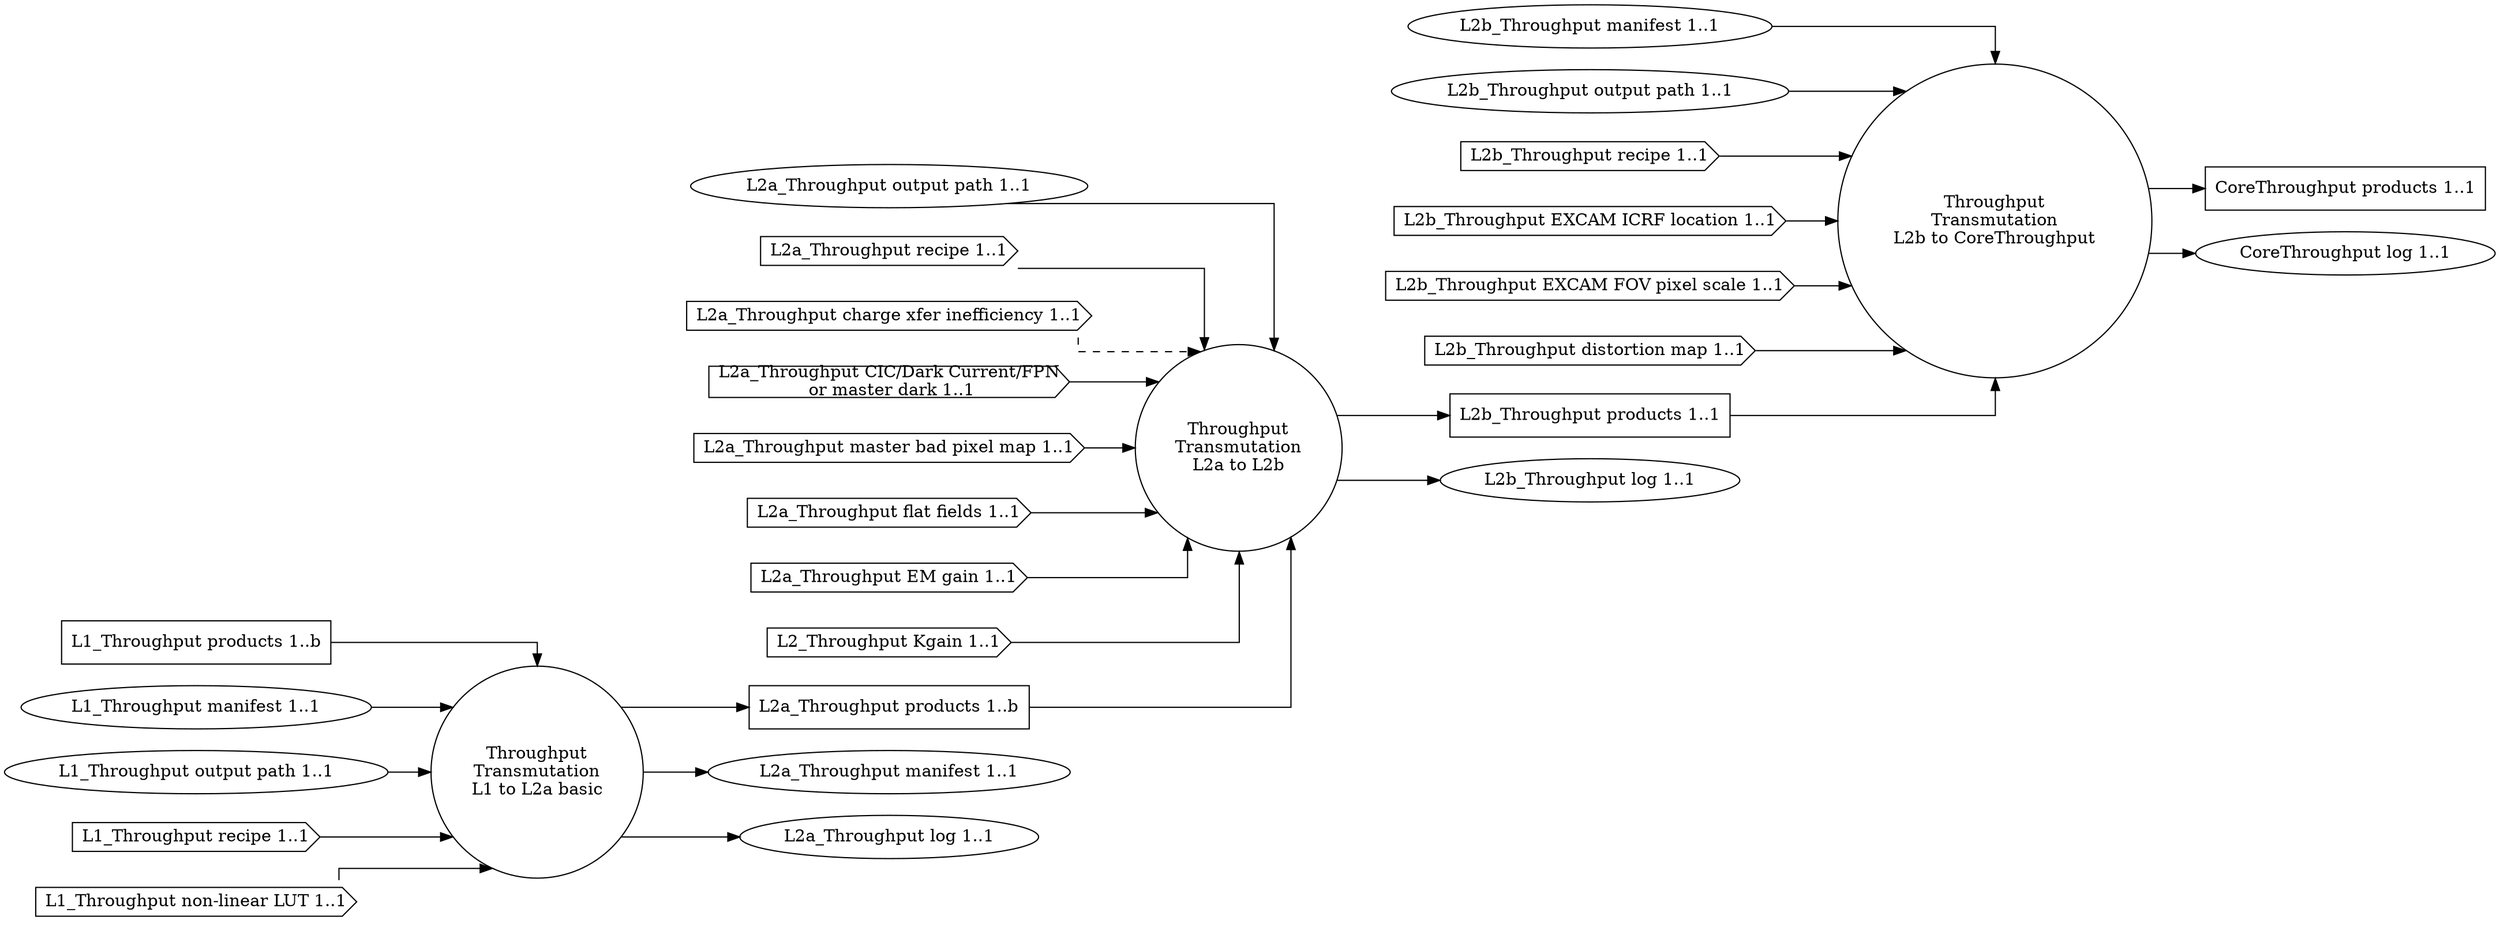
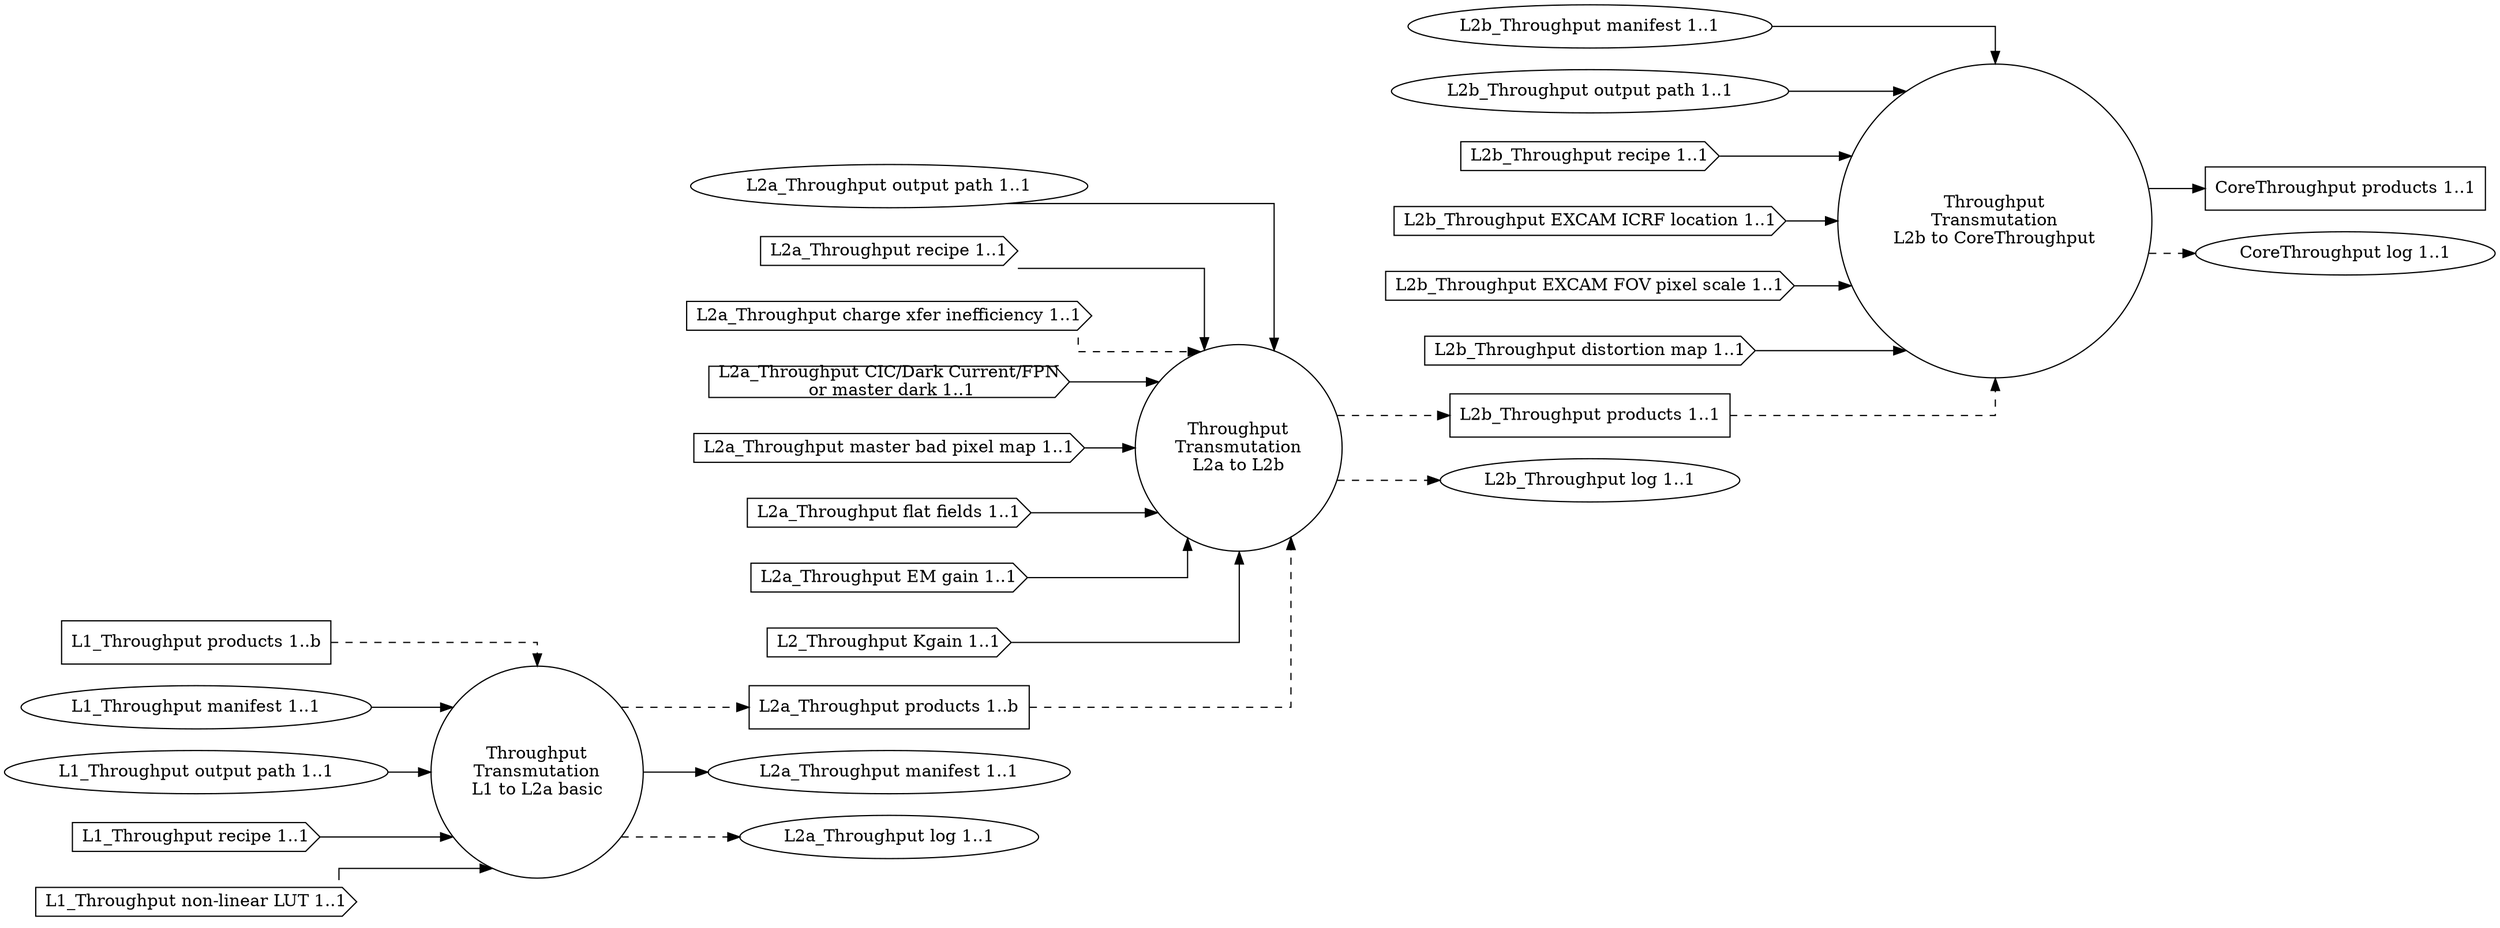
digraph Throughput
{
  graph [splines="ortho", rankdir=LR];

  trans_tp_l1_l2a_basic [label="Throughput\nTransmutation\nL1 to L2a basic", shape="circle"];
  trans_tp_l2a_l2b [label="Throughput\nTransmutation\nL2a to L2b", shape="circle"];
  trans_tp_l2b_ctp [label="Throughput\nTransmutation\nL2b to CoreThroughput", shape="circle"];

  l1_tp_prod [label="L1_Throughput products 1..b", shape="rectangle"];
  l1_tp_man [label="L1_Throughput manifest 1..1", shape="ellipse"];
  l1_tp_odir [label="L1_Throughput output path 1..1", shape="ellipse"];
  l1_tp_rec [label="L1_Throughput recipe 1..1", shape="cds"];
  l1_tp_nllut [label="L1_Throughput non-linear LUT 1..1", shape="cds"];

  l2a_tp_prod [label="L2a_Throughput products 1..b", shape="rectangle"];
  l2a_tp_man [label="L2a_Throughput manifest 1..1", shape="ellipse"];
  l2a_tp_odir [label="L2a_Throughput output path 1..1", shape="ellipse"];
  l2a_tp_rec [label="L2a_Throughput recipe 1..1", shape="cds"];
  l2a_tp_cti [label="L2a_Throughput charge xfer inefficiency 1..1", shape="cds"];
  l2a_tp_dnb [label="L2a_Throughput CIC/Dark Current/FPN\n or master dark 1..1", shape="cds"];
  l2a_tp_mbpm [label="L2a_Throughput master bad pixel map 1..1", shape="cds"];
  l2a_tp_ff [label="L2a_Throughput flat fields 1..1", shape="cds"];
  l2a_tp_emg [label="L2a_Throughput EM gain 1..1", shape="cds"];
  l2a_tp_kgain [label="L2_Throughput Kgain 1..1", shape="cds"];
  l2a_tp_log [label="L2a_Throughput log 1..1", shape="ellipse"];

  l2b_tp_prod [label="L2b_Throughput products 1..1", shape="rectangle"];
  l2b_tp_man [label="L2b_Throughput manifest 1..1", shape="ellipse"];
  l2b_tp_odir [label="L2b_Throughput output path 1..1", shape="ellipse"];
  l2b_tp_rec [label="L2b_Throughput recipe 1..1", shape="cds"];
  l2b_tp_excicrf [label="L2b_Throughput EXCAM ICRF location 1..1", shape="cds"];
  l2b_tp_excfovps [label="L2b_Throughput EXCAM FOV pixel scale 1..1", shape="cds"];
  l2b_tp_distm [label="L2b_Throughput distortion map 1..1", shape="cds"];
  l2b_tp_log [label="L2b_Throughput log 1..1", shape="ellipse"];

  ctp_prod [label="CoreThroughput products 1..1", shape="rectangle"];
  ctp_log [label="CoreThroughput log 1..1", shape="ellipse"];

-   l1_tp_prod -> trans_tp_l1_l2a_basic;
+   l1_tp_prod -> trans_tp_l1_l2a_basic [style="dashed"];
  l1_tp_man -> trans_tp_l1_l2a_basic;
  l1_tp_odir -> trans_tp_l1_l2a_basic;
  l1_tp_rec -> trans_tp_l1_l2a_basic;
  l1_tp_nllut -> trans_tp_l1_l2a_basic;

-   trans_tp_l1_l2a_basic -> l2a_tp_prod;
+   trans_tp_l1_l2a_basic -> l2a_tp_prod [style="dashed"];
  trans_tp_l1_l2a_basic -> l2a_tp_man;
-   trans_tp_l1_l2a_basic -> l2a_tp_log;
+   trans_tp_l1_l2a_basic -> l2a_tp_log [style="dashed"];

-   l2a_tp_prod -> trans_tp_l2a_l2b;
+   l2a_tp_prod -> trans_tp_l2a_l2b [style="dashed"];
  l2a_tp_kgain -> trans_tp_l2a_l2b;
  l2a_tp_odir -> trans_tp_l2a_l2b;
  l2a_tp_rec -> trans_tp_l2a_l2b;
  l2a_tp_cti -> trans_tp_l2a_l2b [style="dashed"];
  l2a_tp_dnb -> trans_tp_l2a_l2b;
  l2a_tp_mbpm -> trans_tp_l2a_l2b;
  l2a_tp_ff -> trans_tp_l2a_l2b;
  l2a_tp_emg -> trans_tp_l2a_l2b;

-   trans_tp_l2a_l2b -> l2b_tp_prod;
-   trans_tp_l2a_l2b -> l2b_tp_log;
+   trans_tp_l2a_l2b -> l2b_tp_prod [style="dashed"];
+   trans_tp_l2a_l2b -> l2b_tp_log [style="dashed"];

-   l2b_tp_prod -> trans_tp_l2b_ctp;
+   l2b_tp_prod -> trans_tp_l2b_ctp [style="dashed"];
  l2b_tp_man -> trans_tp_l2b_ctp;
  l2b_tp_odir -> trans_tp_l2b_ctp;
  l2b_tp_rec -> trans_tp_l2b_ctp;
  l2b_tp_excicrf -> trans_tp_l2b_ctp;
  l2b_tp_excfovps -> trans_tp_l2b_ctp;
  l2b_tp_distm -> trans_tp_l2b_ctp;
  trans_tp_l2b_ctp -> ctp_prod;
-   trans_tp_l2b_ctp -> ctp_log;
+   trans_tp_l2b_ctp -> ctp_log [style="dashed"];

}
